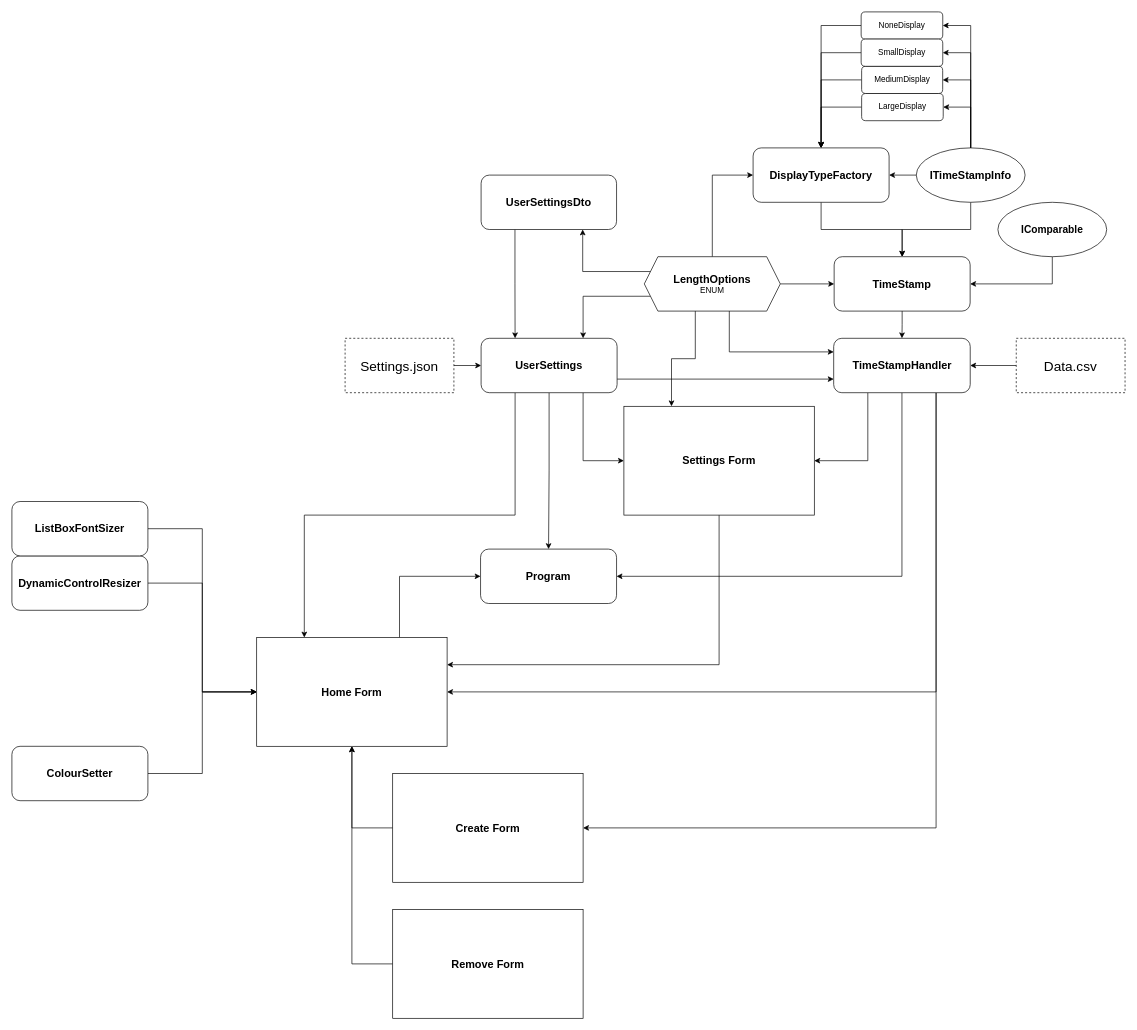
Above: Chrono Count 3/ERD/ChronoCount3.drawio in Andy-Mckelvey05/Chrono-Count-3 (draw.io), before the change. Source tidied: cells renumbered, new cells numbered last; positions are measured from the earlier drawing's top-left corner, leaving out a move shared by most shapes. Both pictures are drawn from the tidied source at 68%, with x=0, y=0 at pixel (12, 12).
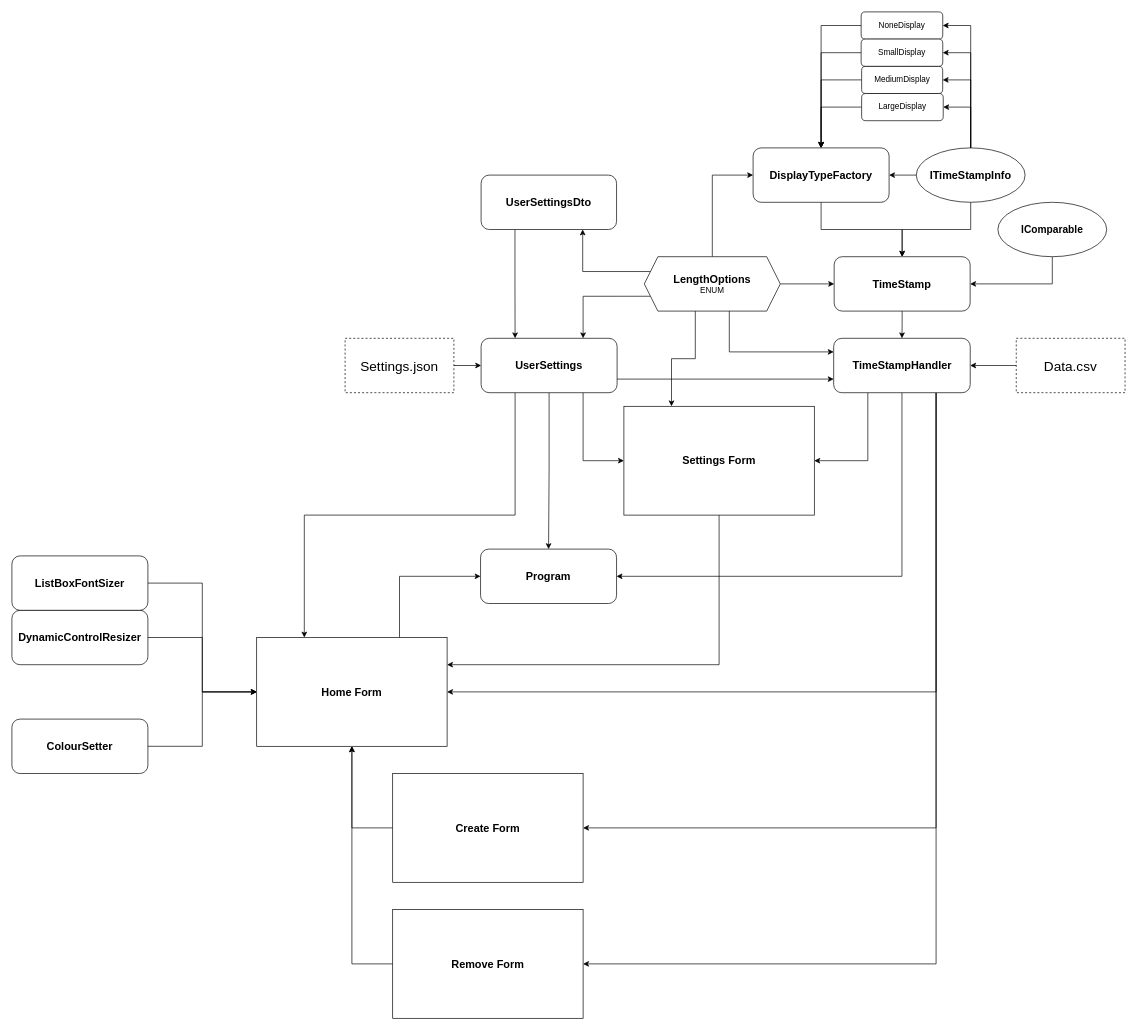
The same diagram, later.

Unchanged cells that the change refers to:
```xml
<mxCell id="44" value="&lt;font style=&quot;&quot;&gt;&lt;span style=&quot;font-size: 16px;&quot;&gt;&lt;b&gt;TimeStampHandler&lt;/b&gt;&lt;/span&gt;&lt;/font&gt;" style="rounded=1;whiteSpace=wrap;html=1;" parent="1" vertex="1">
  <mxGeometry x="1208.5" y="480" width="200.8" height="80" as="geometry" />
</mxCell>
<mxCell id="52" value="&lt;b style=&quot;font-size: 16px;&quot;&gt;Remove Form&lt;/b&gt;" style="rounded=0;whiteSpace=wrap;html=1;" parent="1" vertex="1">
  <mxGeometry x="560" y="1320" width="280" height="160" as="geometry" />
</mxCell>
```

What changed in the source:
```diff
@@
+    <mxCell id="61" style="edgeStyle=orthogonalEdgeStyle;rounded=0;jettySize=auto;html=1;exitX=0.75;exitY=1;exitDx=0;exitDy=0;entryX=1;entryY=0.5;entryDx=0;entryDy=0;" parent="1" edge="1" source="44" target="52">
+      <mxGeometry relative="1" as="geometry" />
+    </mxCell>
@@
     <mxCell id="56" value="&lt;span style=&quot;font-size: 16px;&quot;&gt;&lt;b&gt;DynamicControlResizer&lt;/b&gt;&lt;/span&gt;" style="rounded=1;whiteSpace=wrap;html=1;" parent="1" vertex="1">
-      <mxGeometry y="800" width="200" height="80" as="geometry" />
+      <mxGeometry y="880" width="200" height="80" as="geometry" />
     </mxCell>
@@
     <mxCell id="58" value="&lt;span style=&quot;font-size: 16px;&quot;&gt;&lt;b&gt;ListBoxFontSizer&lt;/b&gt;&lt;/span&gt;" style="rounded=1;whiteSpace=wrap;html=1;" parent="1" vertex="1">
-      <mxGeometry y="720" width="200" height="80" as="geometry" />
+      <mxGeometry y="800" width="200" height="80" as="geometry" />
     </mxCell>
@@
     <mxCell id="60" value="&lt;span style=&quot;font-size: 16px;&quot;&gt;&lt;b&gt;ColourSetter&lt;/b&gt;&lt;/span&gt;" style="rounded=1;whiteSpace=wrap;html=1;" parent="1" vertex="1">
-      <mxGeometry y="1080" width="200" height="80" as="geometry" />
+      <mxGeometry y="1040" width="200" height="80" as="geometry" />
     </mxCell>
```
